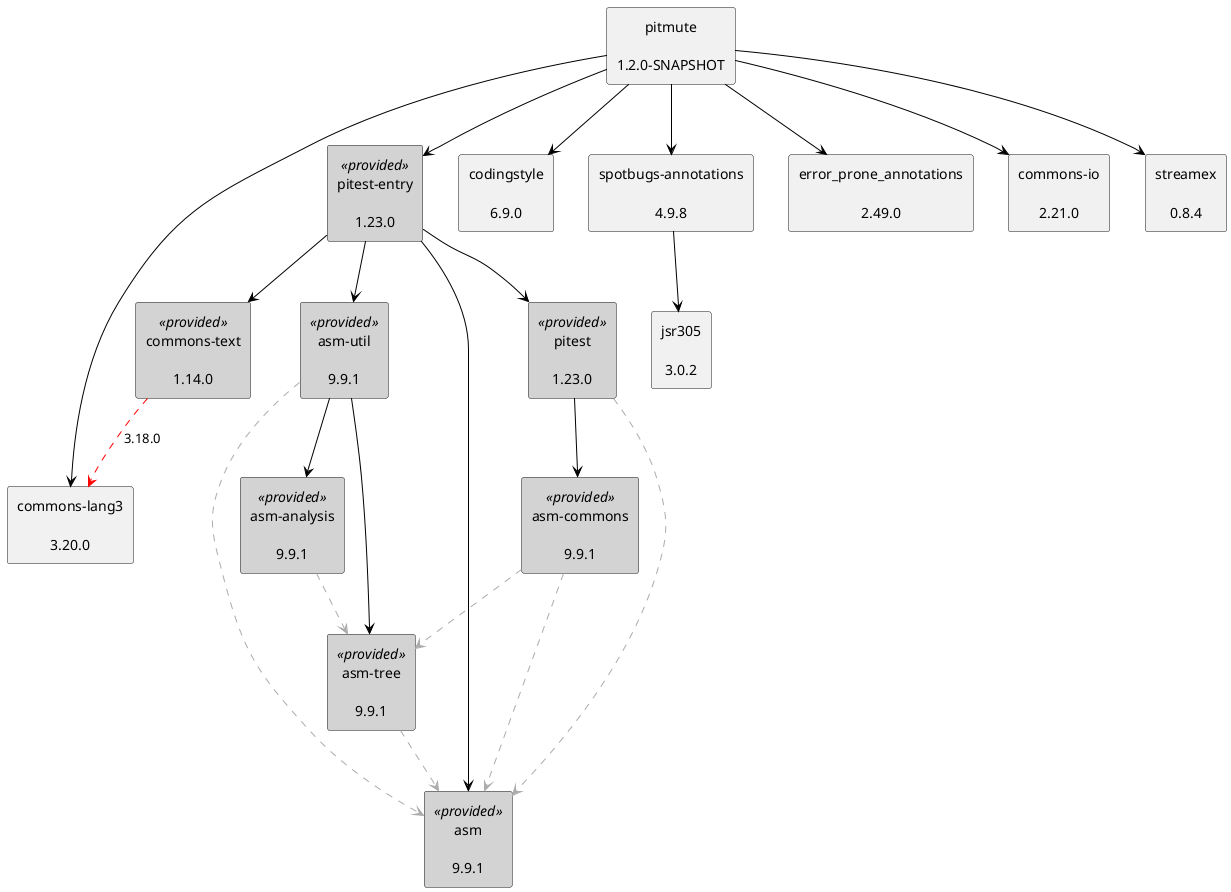
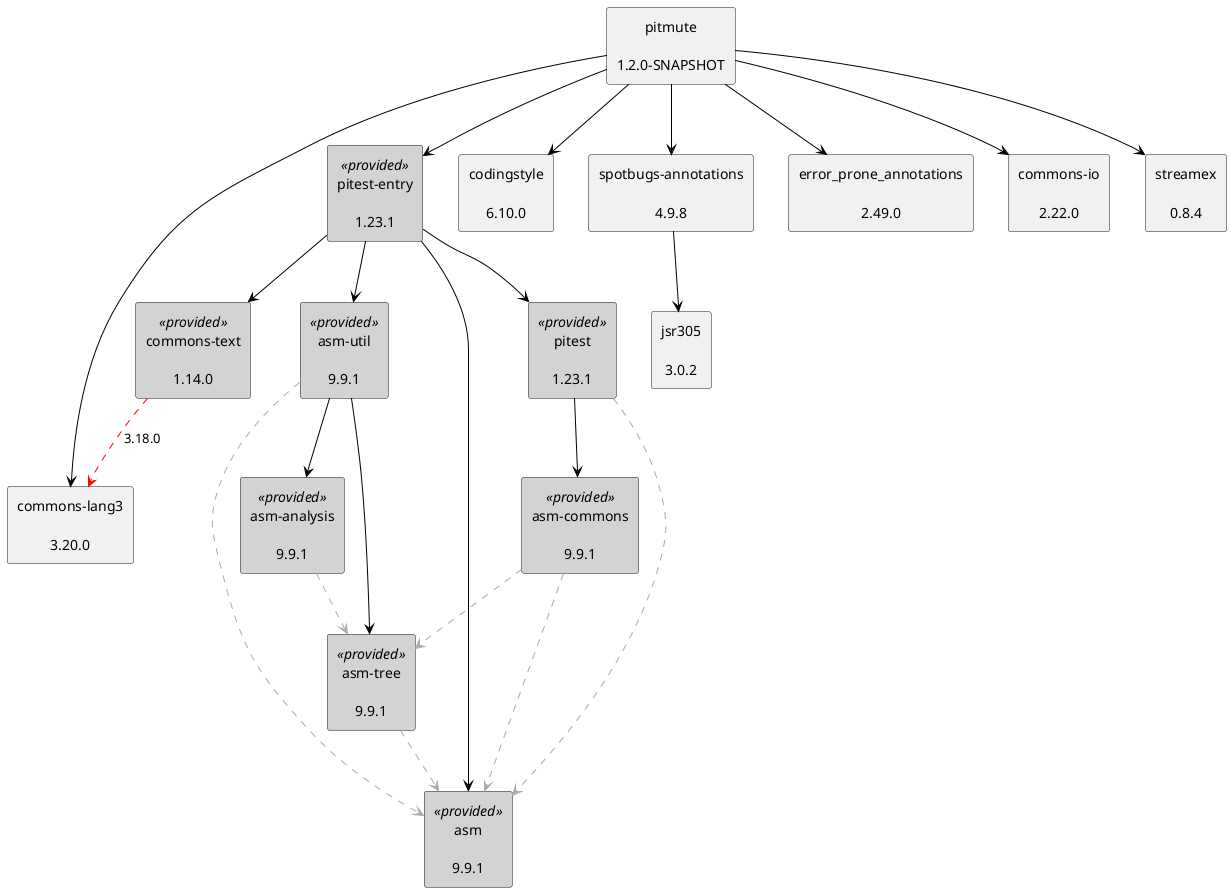
@startuml
skinparam defaultTextAlignment center
skinparam rectangle {
  BackgroundColor<<optional>> beige
  BackgroundColor<<test>> lightGreen
  BackgroundColor<<runtime>> lightBlue
  BackgroundColor<<provided>> lightGray
}
- rectangle "pitest\n\n1.23.0" as org_pitest_pitest_jar<<provided>>
+ rectangle "pitest\n\n1.23.1" as org_pitest_pitest_jar<<provided>>
rectangle "asm\n\n9.9.1" as org_ow2_asm_asm_jar<<provided>>
rectangle "asm-commons\n\n9.9.1" as org_ow2_asm_asm_commons_jar<<provided>>
rectangle "asm-tree\n\n9.9.1" as org_ow2_asm_asm_tree_jar<<provided>>
- rectangle "pitest-entry\n\n1.23.0" as org_pitest_pitest_entry_jar<<provided>>
+ rectangle "pitest-entry\n\n1.23.1" as org_pitest_pitest_entry_jar<<provided>>
rectangle "asm-util\n\n9.9.1" as org_ow2_asm_asm_util_jar<<provided>>
rectangle "asm-analysis\n\n9.9.1" as org_ow2_asm_asm_analysis_jar<<provided>>
rectangle "commons-text\n\n1.14.0" as org_apache_commons_commons_text_jar<<provided>>
rectangle "commons-lang3\n\n3.20.0" as org_apache_commons_commons_lang3_jar
rectangle "pitmute\n\n1.2.0-SNAPSHOT" as edu_hm_hafner_pitmute_jar
- rectangle "codingstyle\n\n6.9.0" as edu_hm_hafner_codingstyle_jar
+ rectangle "codingstyle\n\n6.10.0" as edu_hm_hafner_codingstyle_jar
rectangle "spotbugs-annotations\n\n4.9.8" as com_github_spotbugs_spotbugs_annotations_jar
rectangle "jsr305\n\n3.0.2" as com_google_code_findbugs_jsr305_jar
rectangle "error_prone_annotations\n\n2.49.0" as com_google_errorprone_error_prone_annotations_jar
- rectangle "commons-io\n\n2.21.0" as commons_io_commons_io_jar
+ rectangle "commons-io\n\n2.22.0" as commons_io_commons_io_jar
rectangle "streamex\n\n0.8.4" as one_util_streamex_jar
org_pitest_pitest_jar .[#ABABAB].> org_ow2_asm_asm_jar
org_ow2_asm_asm_commons_jar .[#ABABAB].> org_ow2_asm_asm_jar
org_ow2_asm_asm_commons_jar .[#ABABAB].> org_ow2_asm_asm_tree_jar
org_pitest_pitest_jar -[#000000]-> org_ow2_asm_asm_commons_jar
org_pitest_pitest_entry_jar -[#000000]-> org_pitest_pitest_jar
org_pitest_pitest_entry_jar -[#000000]-> org_ow2_asm_asm_jar
org_ow2_asm_asm_util_jar .[#ABABAB].> org_ow2_asm_asm_jar
org_ow2_asm_asm_tree_jar .[#ABABAB].> org_ow2_asm_asm_jar
org_ow2_asm_asm_util_jar -[#000000]-> org_ow2_asm_asm_tree_jar
org_ow2_asm_asm_analysis_jar .[#ABABAB].> org_ow2_asm_asm_tree_jar
org_ow2_asm_asm_util_jar -[#000000]-> org_ow2_asm_asm_analysis_jar
org_pitest_pitest_entry_jar -[#000000]-> org_ow2_asm_asm_util_jar
org_apache_commons_commons_text_jar .[#FF0000].> org_apache_commons_commons_lang3_jar: 3.18.0
org_pitest_pitest_entry_jar -[#000000]-> org_apache_commons_commons_text_jar
edu_hm_hafner_pitmute_jar -[#000000]-> org_pitest_pitest_entry_jar
edu_hm_hafner_pitmute_jar -[#000000]-> edu_hm_hafner_codingstyle_jar
com_github_spotbugs_spotbugs_annotations_jar -[#000000]-> com_google_code_findbugs_jsr305_jar
edu_hm_hafner_pitmute_jar -[#000000]-> com_github_spotbugs_spotbugs_annotations_jar
edu_hm_hafner_pitmute_jar -[#000000]-> com_google_errorprone_error_prone_annotations_jar
edu_hm_hafner_pitmute_jar -[#000000]-> org_apache_commons_commons_lang3_jar
edu_hm_hafner_pitmute_jar -[#000000]-> commons_io_commons_io_jar
edu_hm_hafner_pitmute_jar -[#000000]-> one_util_streamex_jar
@enduml